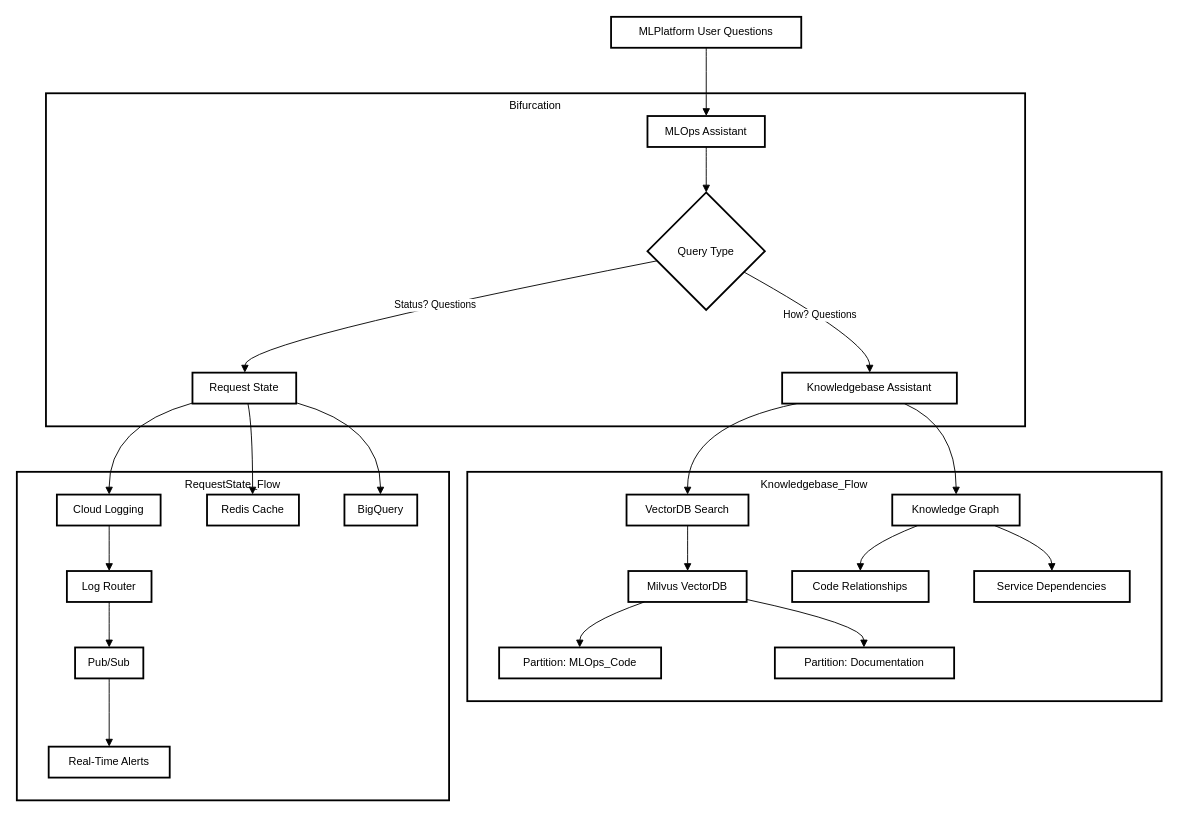
raju1stnov/my_chatbot keeps this draw.io diagram as architecture/overview.drawio. Above is the earlier version. Source tidied: cells renumbered, new cells numbered last; positions are measured from the earlier drawing's top-left corner, leaving out a move shared by most shapes. Both pictures are drawn from the tidied source at 91%, with x=0, y=0 at pixel (16, 16).
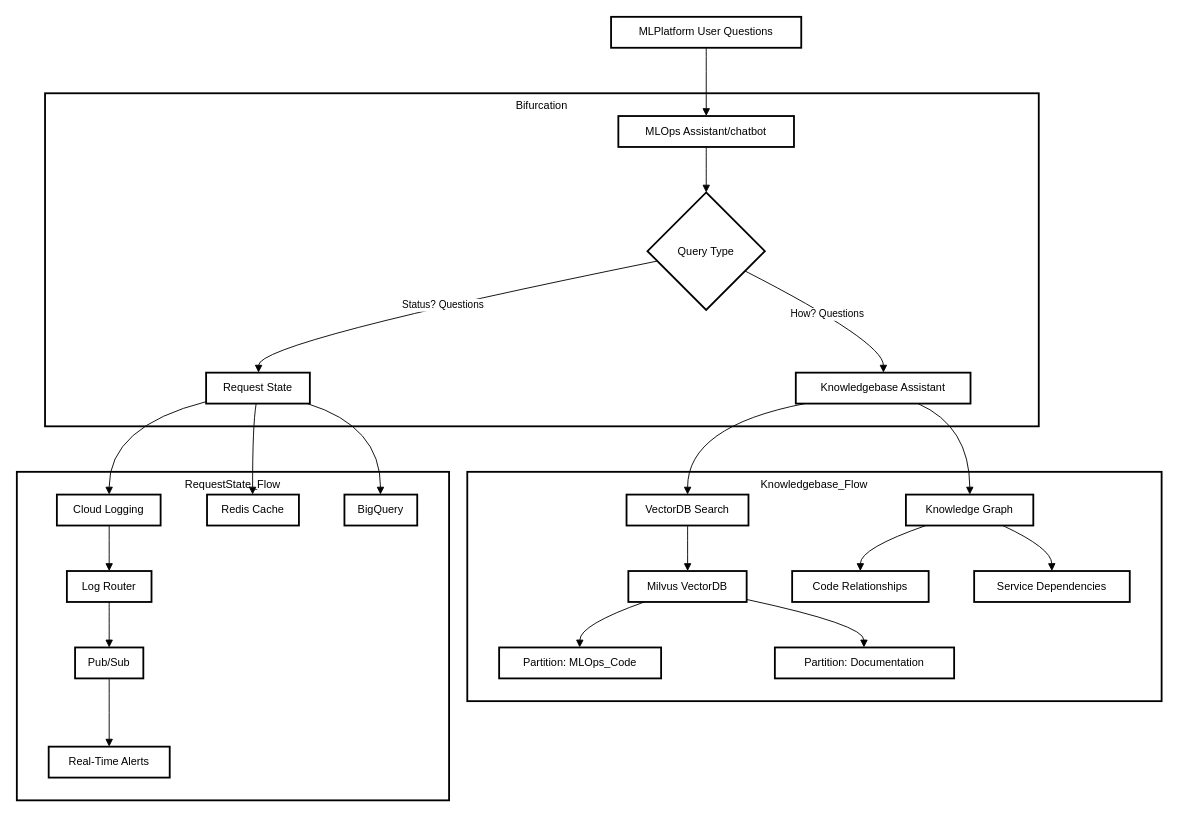
The same page after the edit.

Unchanged cells that the change refers to:
```xml
<mxCell id="3" value="Cloud Logging" style="whiteSpace=wrap;strokeWidth=2;" parent="1" vertex="1">
  <mxGeometry x="44" y="525" width="114" height="34" as="geometry" />
</mxCell>
<mxCell id="4" value="Redis Cache" style="whiteSpace=wrap;strokeWidth=2;" parent="1" vertex="1">
  <mxGeometry x="209" y="525" width="101" height="34" as="geometry" />
</mxCell>
<mxCell id="5" value="BigQuery" style="whiteSpace=wrap;strokeWidth=2;" parent="1" vertex="1">
  <mxGeometry x="360" y="525" width="80" height="34" as="geometry" />
</mxCell>
<mxCell id="10" value="VectorDB Search" style="whiteSpace=wrap;strokeWidth=2;" parent="1" vertex="1">
  <mxGeometry x="670" y="525" width="134" height="34" as="geometry" />
</mxCell>
<mxCell id="15" value="Code Relationships" style="whiteSpace=wrap;strokeWidth=2;" parent="1" vertex="1">
  <mxGeometry x="852" y="609" width="150" height="34" as="geometry" />
</mxCell>
<mxCell id="16" value="Service Dependencies" style="whiteSpace=wrap;strokeWidth=2;" parent="1" vertex="1">
  <mxGeometry x="1052" y="609" width="171" height="34" as="geometry" />
</mxCell>
<mxCell id="18" value="Query Type" style="rhombus;strokeWidth=2;whiteSpace=wrap;" parent="1" vertex="1">
  <mxGeometry x="693" y="193" width="129" height="129" as="geometry" />
</mxCell>
<mxCell id="22" value="MLPlatform User Questions" style="whiteSpace=wrap;strokeWidth=2;" parent="1" vertex="1">
  <mxGeometry x="653" width="209" height="34" as="geometry" />
</mxCell>
```

Diff of the diagram source:
```diff
@@
     <mxCell id="11" value="Knowledge Graph" style="whiteSpace=wrap;strokeWidth=2;" parent="1" vertex="1">
-      <mxGeometry x="962" y="525" width="140" height="34" as="geometry" />
+      <mxGeometry x="977" y="525" width="140" height="34" as="geometry" />
     </mxCell>
@@
     <mxCell id="17" value="Bifurcation" style="whiteSpace=wrap;strokeWidth=2;verticalAlign=top;" parent="1" vertex="1">
-      <mxGeometry x="32" y="84" width="1076" height="366" as="geometry" />
+      <mxGeometry x="31" y="84" width="1092" height="366" as="geometry" />
     </mxCell>
@@
-    <mxCell id="19" value="MLOps Assistant" style="whiteSpace=wrap;strokeWidth=2;" parent="1" vertex="1">
-      <mxGeometry x="693" y="109" width="129" height="34" as="geometry" />
-    </mxCell>
+    <mxCell id="40" value="MLOps Assistant/chatbot" style="whiteSpace=wrap;strokeWidth=2;" parent="1" vertex="1">
+      <mxGeometry x="661" y="109" width="193" height="34" as="geometry" />
+    </mxCell>
     <mxCell id="20" value="Knowledgebase Assistant" style="whiteSpace=wrap;strokeWidth=2;" parent="1" vertex="1">
-      <mxGeometry x="841" y="391" width="192" height="34" as="geometry" />
+      <mxGeometry x="856" y="391" width="192" height="34" as="geometry" />
     </mxCell>
     <mxCell id="21" value="Request State" style="whiteSpace=wrap;strokeWidth=2;" parent="1" vertex="1">
-      <mxGeometry x="193" y="391" width="114" height="34" as="geometry" />
+      <mxGeometry x="208" y="391" width="114" height="34" as="geometry" />
     </mxCell>
@@
-    <mxCell id="23" style="curved=1;startArrow=none;endArrow=block;exitX=0.5004111842105263;exitY=1;entryX=0.5006661821705426;entryY=0;rounded=0;" parent="1" edge="1" source="22" target="19">
-      <mxGeometry relative="1" as="geometry" />
-    </mxCell>
-    <mxCell id="24" style="curved=1;startArrow=none;endArrow=block;exitX=0.5006661821705426;exitY=1;entryX=0.5006661821705426;entryY=0;rounded=0;" parent="1" edge="1" source="19" target="18">
-      <mxGeometry relative="1" as="geometry" />
-    </mxCell>
+    <mxCell id="41" style="curved=1;startArrow=none;endArrow=block;exitX=0.5004111842105263;exitY=1;entryX=0.5004452720207254;entryY=0;rounded=0;" parent="1" edge="1" source="22" target="40">
+      <mxGeometry relative="1" as="geometry" />
+    </mxCell>
+    <mxCell id="42" style="curved=1;startArrow=none;endArrow=block;exitX=0.5004452720207254;exitY=1;entryX=0.5006661821705426;entryY=0;rounded=0;" parent="1" edge="1" source="40" target="18">
+      <mxGeometry relative="1" as="geometry" />
+    </mxCell>
-    <mxCell id="25" value="How? Questions" style="curved=1;startArrow=none;endArrow=block;exitX=1.0013323643410852;exitY=0.7767239238466392;entryX=0.5015157063802084;entryY=0.00505514705882353;rounded=0;" parent="1" edge="1" source="18" target="20">
+    <mxCell id="25" value="How? Questions" style="curved=1;startArrow=none;endArrow=block;exitX=1.0013323643410852;exitY=0.755402886150845;entryX=0.5017293294270834;entryY=0.00505514705882353;rounded=0;" parent="1" edge="1" source="18" target="20">
       <mxGeometry relative="1" as="geometry">
         <Array as="points">
-          <mxPoint x="937" y="357" />
+          <mxPoint x="952" y="357" />
         </Array>
       </mxGeometry>
     </mxCell>
-    <mxCell id="26" value="Status? Questions" style="curved=1;startArrow=none;endArrow=block;exitX=0;exitY=0.5985040887071529;entryX=0.5046772203947368;entryY=0.00505514705882353;rounded=0;" parent="1" edge="1" source="18" target="21">
+    <mxCell id="26" value="Status? Questions" style="curved=1;startArrow=none;endArrow=block;exitX=0;exitY=0.6014950367371577;entryX=0.5050370065789473;entryY=0.00505514705882353;rounded=0;" parent="1" edge="1" source="18" target="21">
       <mxGeometry relative="1" as="geometry">
         <Array as="points">
-          <mxPoint x="251" y="357" />
+          <mxPoint x="266" y="357" />
         </Array>
       </mxGeometry>
     </mxCell>
-    <mxCell id="27" style="curved=1;startArrow=none;endArrow=block;exitX=0.07952226911272338;exitY=1.0050551470588236;entryX=0.5008745335820896;entryY=0.00505514705882353;rounded=0;" parent="1" edge="1" source="20" target="10">
+    <mxCell id="27" style="curved=1;startArrow=none;endArrow=block;exitX=0.04802740187872049;exitY=1.0050551470588236;entryX=0.5008745335820896;entryY=0.00505514705882353;rounded=0;" parent="1" edge="1" source="20" target="10">
       <mxGeometry relative="1" as="geometry">
         <Array as="points">
           <mxPoint x="737" y="450" />
         </Array>
       </mxGeometry>
     </mxCell>
-    <mxCell id="28" style="curved=1;startArrow=none;endArrow=block;exitX=0.7015826512896824;exitY=1.0050551470588236;entryX=0.5013811383928571;entryY=0.00505514705882353;rounded=0;" parent="1" edge="1" source="20" target="11">
+    <mxCell id="28" style="curved=1;startArrow=none;endArrow=block;exitX=0.7017962743365574;exitY=1.0050551470588236;entryX=0.5016741071428571;entryY=0.00505514705882353;rounded=0;" parent="1" edge="1" source="20" target="11">
       <mxGeometry relative="1" as="geometry">
         <Array as="points">
-          <mxPoint x="1032" y="450" />
+          <mxPoint x="1047" y="450" />
         </Array>
       </mxGeometry>
     </mxCell>
@@
-    <mxCell id="32" style="curved=1;startArrow=none;endArrow=block;exitX=0.19702480601615663;exitY=1.0050551470588236;entryX=0.49947916666666664;entryY=0.00505514705882353;rounded=0;" parent="1" edge="1" source="11" target="15">
+    <mxCell id="32" style="curved=1;startArrow=none;endArrow=block;exitX=0.1538318452380955;exitY=1.0050551470588236;entryX=0.49947916666666664;entryY=0.00505514705882353;rounded=0;" parent="1" edge="1" source="11" target="15">
       <mxGeometry relative="1" as="geometry">
         <Array as="points">
           <mxPoint x="927" y="584" />
         </Array>
       </mxGeometry>
     </mxCell>
-    <mxCell id="33" style="curved=1;startArrow=none;endArrow=block;exitX=0.8057374707695577;exitY=1.0050551470588236;entryX=0.49979440789473684;entryY=0.00505514705882353;rounded=0;" parent="1" edge="1" source="11" target="16">
+    <mxCell id="33" style="curved=1;startArrow=none;endArrow=block;exitX=0.7625445099914974;exitY=1.0050551470588236;entryX=0.49979440789473684;entryY=0.00505514705882353;rounded=0;" parent="1" edge="1" source="11" target="16">
       <mxGeometry relative="1" as="geometry">
         <Array as="points">
           <mxPoint x="1137" y="584" />
         </Array>
       </mxGeometry>
     </mxCell>
-    <mxCell id="34" style="curved=1;startArrow=none;endArrow=block;exitX=0.0037863212719298246;exitY=0.978304250403332;entryX=0.5042489035087719;entryY=0.00505514705882353;rounded=0;" parent="1" edge="1" source="21" target="3">
+    <mxCell id="34" style="curved=1;startArrow=none;endArrow=block;exitX=0.004146107456140351;exitY=0.9349246786074863;entryX=0.5042489035087719;entryY=0.00505514705882353;rounded=0;" parent="1" edge="1" source="21" target="3">
       <mxGeometry relative="1" as="geometry">
         <Array as="points">
           <mxPoint x="101" y="450" />
         </Array>
       </mxGeometry>
     </mxCell>
-    <mxCell id="35" style="curved=1;startArrow=none;endArrow=block;exitX=0.5351134183114035;exitY=1.0050551470588236;entryX=0.49609375;entryY=0.00505514705882353;rounded=0;" parent="1" edge="1" source="21" target="4">
+    <mxCell id="35" style="curved=1;startArrow=none;endArrow=block;exitX=0.4820694313909776;exitY=1.0050551470588236;entryX=0.49609375;entryY=0.00505514705882353;rounded=0;" parent="1" edge="1" source="21" target="4">
       <mxGeometry relative="1" as="geometry">
         <Array as="points">
           <mxPoint x="259" y="450" />
         </Array>
       </mxGeometry>
     </mxCell>
-    <mxCell id="36" style="curved=1;startArrow=none;endArrow=block;exitX=1.0055681195175439;exitY=0.978304250403332;entryX=0.494775390625;entryY=0.00505514705882353;rounded=0;" parent="1" edge="1" source="21" target="5">
+    <mxCell id="36" style="curved=1;startArrow=none;endArrow=block;exitX=0.9808375104427737;exitY=1.0050551470588236;entryX=0.494775390625;entryY=0.00505514705882353;rounded=0;" parent="1" edge="1" source="21" target="5">
       <mxGeometry relative="1" as="geometry">
         <Array as="points">
           <mxPoint x="400" y="450" />
         </Array>
       </mxGeometry>
     </mxCell>
```
